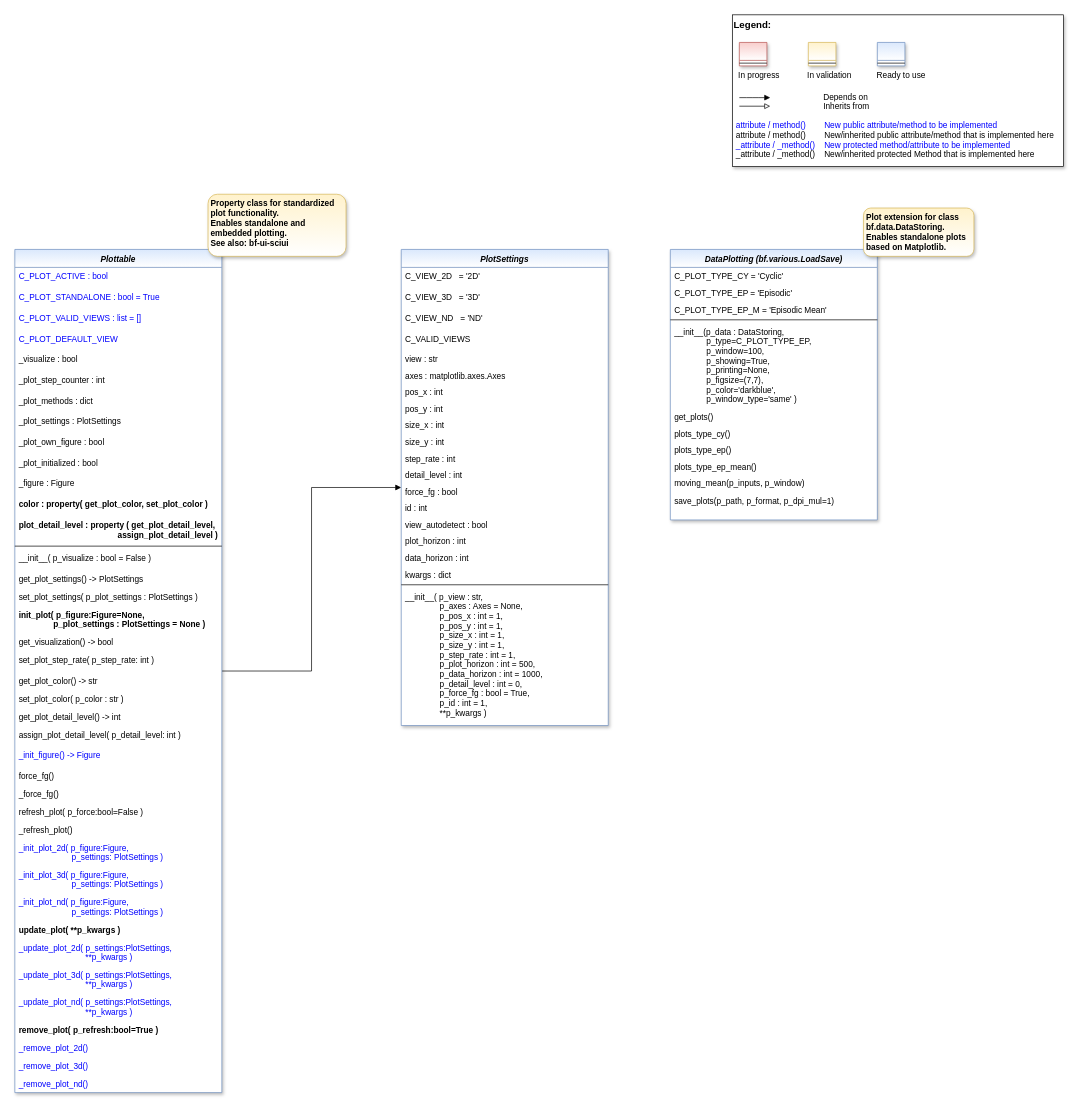
This is doc/rtd/content/99_appendices/appendix2/sub/core/mlpro_bf/layer0_elementary/images/MLPro-BF-Plot_class_diagram.drawio from fhswf/MLPro, a draw.io file, before an edit. Source tidied: cells renumbered, new cells numbered last; positions are measured from the earlier drawing's top-left corner, leaving out a move shared by most shapes. Both pictures are drawn from the tidied source at 69%, with x=0, y=0 at pixel (14, 14).
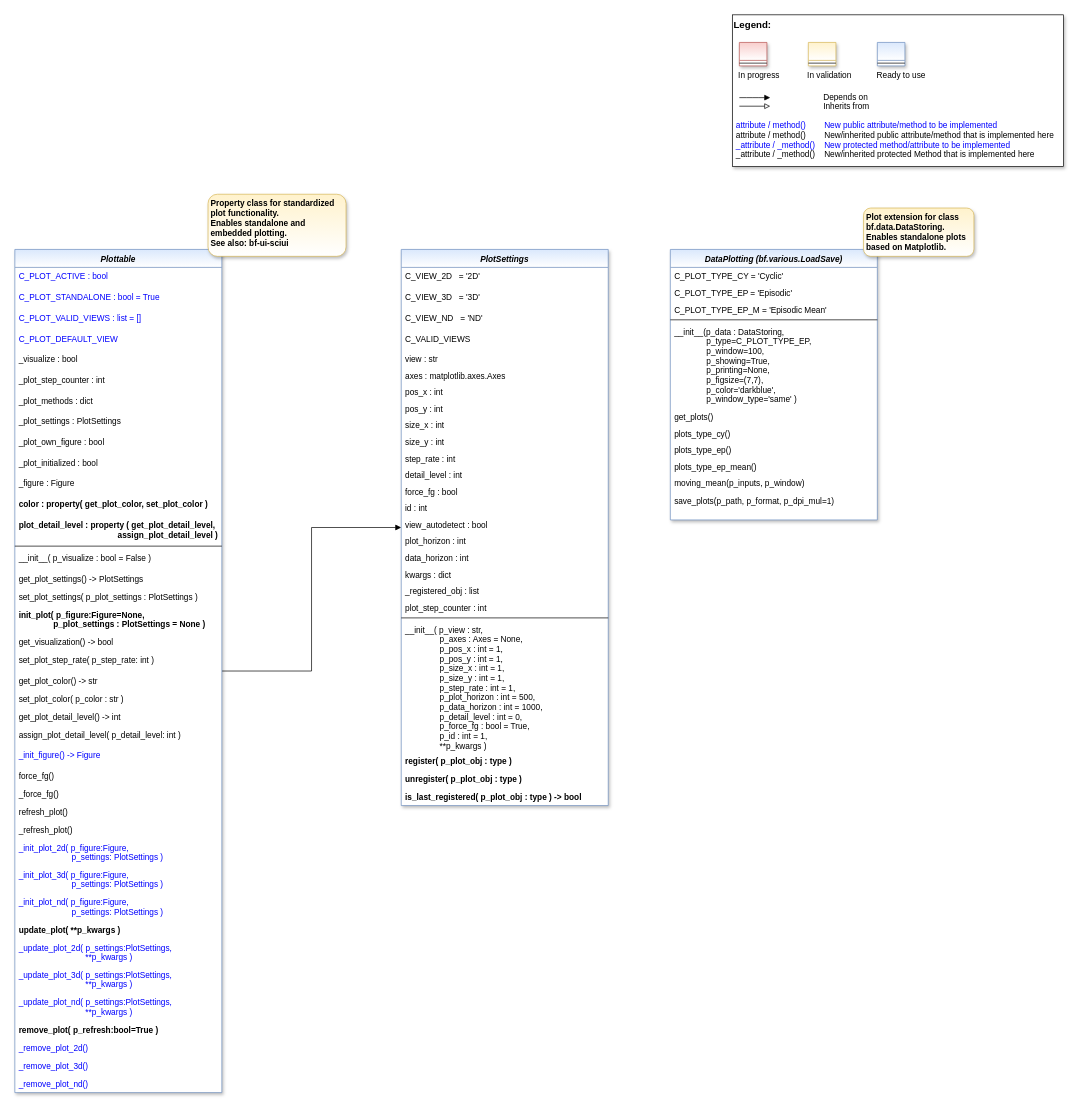
After the change.

Commit message (it also covers changes not shown here):
updated class diagram bf.plot

The change refers to these unchanged cells:
```xml
<mxCell id="3" value="Plottable" style="swimlane;fontStyle=3;align=center;verticalAlign=top;horizontal=1;startSize=26;rounded=0;shadow=1;strokeWidth=1;fillColor=#dae8fc;strokeColor=#6c8ebf;swimlaneFillColor=#FFFFFF;gradientColor=#FFFFFF;" parent="1" vertex="1">
  <mxGeometry y="340" width="300" height="1222" as="geometry" />
</mxCell>
```

Change to the diagram source:
```diff
@@
-    <mxCell id="31" value="refresh_plot( p_force:bool=False )" style="text;align=left;verticalAlign=top;spacingLeft=4;spacingRight=4;overflow=hidden;fontColor=default;" parent="3" vertex="1">
+    <mxCell id="31" value="refresh_plot()" style="text;align=left;verticalAlign=top;spacingLeft=4;spacingRight=4;overflow=hidden;fontColor=default;" parent="3" vertex="1">
       <mxGeometry y="802" width="300" height="26" as="geometry" />
     </mxCell>
@@
     <mxCell id="68" value="PlotSettings" style="swimlane;fontStyle=3;align=center;verticalAlign=top;horizontal=1;startSize=26;rounded=0;shadow=1;strokeWidth=1;fillColor=#dae8fc;strokeColor=#6c8ebf;swimlaneFillColor=#FFFFFF;gradientColor=#FFFFFF;" parent="1" vertex="1">
-      <mxGeometry x="560" y="340" width="300" height="690" as="geometry" />
+      <mxGeometry x="560" y="340" width="300" height="806" as="geometry" />
     </mxCell>
@@
+    <mxCell id="89" value="_registered_obj : list" style="text;align=left;verticalAlign=top;spacingLeft=4;spacingRight=4;overflow=hidden;" parent="68" vertex="1">
+      <mxGeometry y="482" width="300" height="24" as="geometry" />
+    </mxCell>
+    <mxCell id="90" value="plot_step_counter : int" style="text;align=left;verticalAlign=top;spacingLeft=4;spacingRight=4;overflow=hidden;" parent="68" vertex="1">
+      <mxGeometry y="506" width="300" height="24" as="geometry" />
+    </mxCell>
     <mxCell id="87" style="line;html=1;strokeWidth=1;align=left;verticalAlign=middle;spacingTop=-1;spacingLeft=3;spacingRight=3;labelPosition=right;" parent="68" vertex="1">
-      <mxGeometry y="482" width="300" height="8" as="geometry" />
+      <mxGeometry y="530" width="300" height="8" as="geometry" />
     </mxCell>
     <mxCell id="88" value="__init__( p_view : str, &#10;               p_axes : Axes = None, &#10;               p_pos_x : int = 1,&#10;               p_pos_y : int = 1,&#10;               p_size_x : int = 1,&#10;               p_size_y : int = 1,&#10;               p_step_rate : int = 1,&#10;               p_plot_horizon : int = 500,&#10;               p_data_horizon : int = 1000,&#10;               p_detail_level : int = 0,&#10;               p_force_fg : bool = True,&#10;               p_id : int = 1,&#10;               **p_kwargs )" style="text;align=left;verticalAlign=top;spacingLeft=4;spacingRight=4;overflow=hidden;" parent="68" vertex="1">
-      <mxGeometry y="490" width="300" height="190" as="geometry" />
+      <mxGeometry y="538" width="300" height="190" as="geometry" />
     </mxCell>
+    <mxCell id="91" value="register( p_plot_obj : type )" style="text;align=left;verticalAlign=top;spacingLeft=4;spacingRight=4;overflow=hidden;fontColor=default;fontStyle=1;" parent="68" vertex="1">
+      <mxGeometry y="728" width="300" height="26" as="geometry" />
+    </mxCell>
+    <mxCell id="92" value="unregister( p_plot_obj : type )" style="text;align=left;verticalAlign=top;spacingLeft=4;spacingRight=4;overflow=hidden;fontColor=default;fontStyle=1;" parent="68" vertex="1">
+      <mxGeometry y="754" width="300" height="26" as="geometry" />
+    </mxCell>
+    <mxCell id="93" value="is_last_registered( p_plot_obj : type ) -&gt; bool" style="text;align=left;verticalAlign=top;spacingLeft=4;spacingRight=4;overflow=hidden;fontColor=default;fontStyle=1;" parent="68" vertex="1">
+      <mxGeometry y="780" width="300" height="26" as="geometry" />
+    </mxCell>
```
